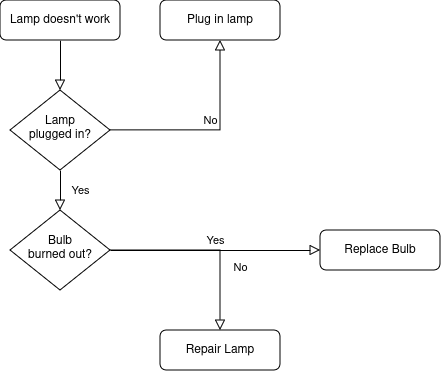
Earlier version of the draw.io export Architecture Diagram.drawio.editable.png (gryphon2411/temporary). Source tidied: cells renumbered, new cells last; positions are measured from the earlier drawing's top-left corner, leaving out a move shared by most shapes.
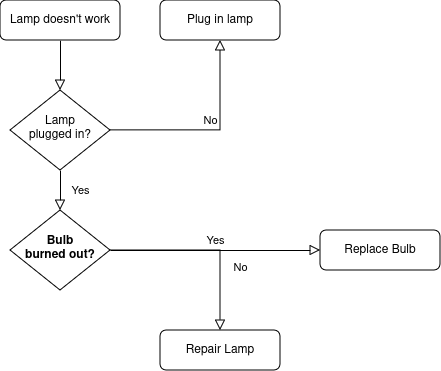
After the commit.

Change to the diagram source:
```diff
@@ -26,7 +26,7 @@
     <mxCell id="9" value="Yes" style="edgeStyle=orthogonalEdgeStyle;rounded=0;html=1;jettySize=auto;fontSize=11;endArrow=block;endFill=0;endSize=8;strokeWidth=1;shadow=0;labelBackgroundColor=none;" parent="1" edge="1" source="10" target="12">
       <mxGeometry y="10" relative="1" as="geometry" />
     </mxCell>
-    <mxCell id="10" value="Bulb&lt;br&gt;burned out?" style="rhombus;whiteSpace=wrap;html=1;shadow=0;fontFamily=Helvetica;fontSize=12;align=center;strokeWidth=1;spacing=6;spacingTop=-4;" parent="1" vertex="1">
+    <mxCell id="10" value="Bulb&lt;br&gt;burned out?" style="rhombus;whiteSpace=wrap;html=1;shadow=0;fontFamily=Helvetica;fontSize=12;align=center;strokeWidth=1;spacing=6;spacingTop=-4;fontStyle=1;" parent="1" vertex="1">
       <mxGeometry x="10" y="210" width="100" height="80" as="geometry" />
     </mxCell>
     <mxCell id="11" value="Repair Lamp" style="rounded=1;whiteSpace=wrap;html=1;fontSize=12;glass=0;strokeWidth=1;shadow=0;" parent="1" vertex="1">
```
